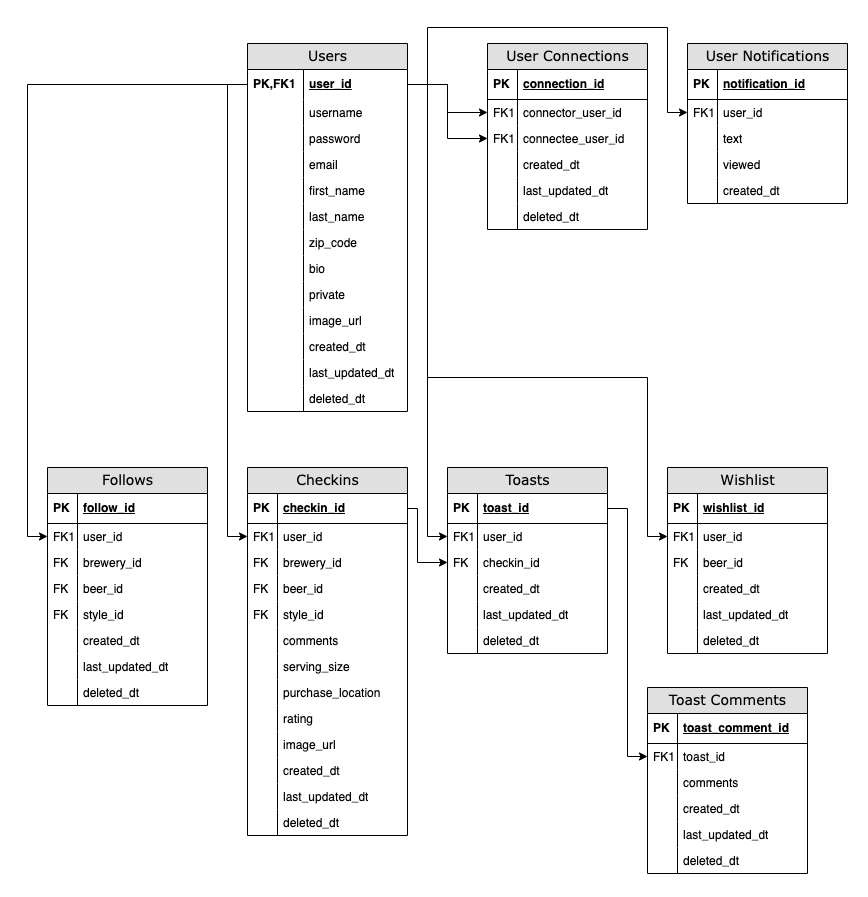
The draw.io diagram Hopps Hunter DB Schema.png in shaunwo/hopps-hunter, before a commit. Source tidied: cells renumbered, new cells last; positions are measured from the earlier drawing's top-left corner, leaving out a move shared by most shapes.
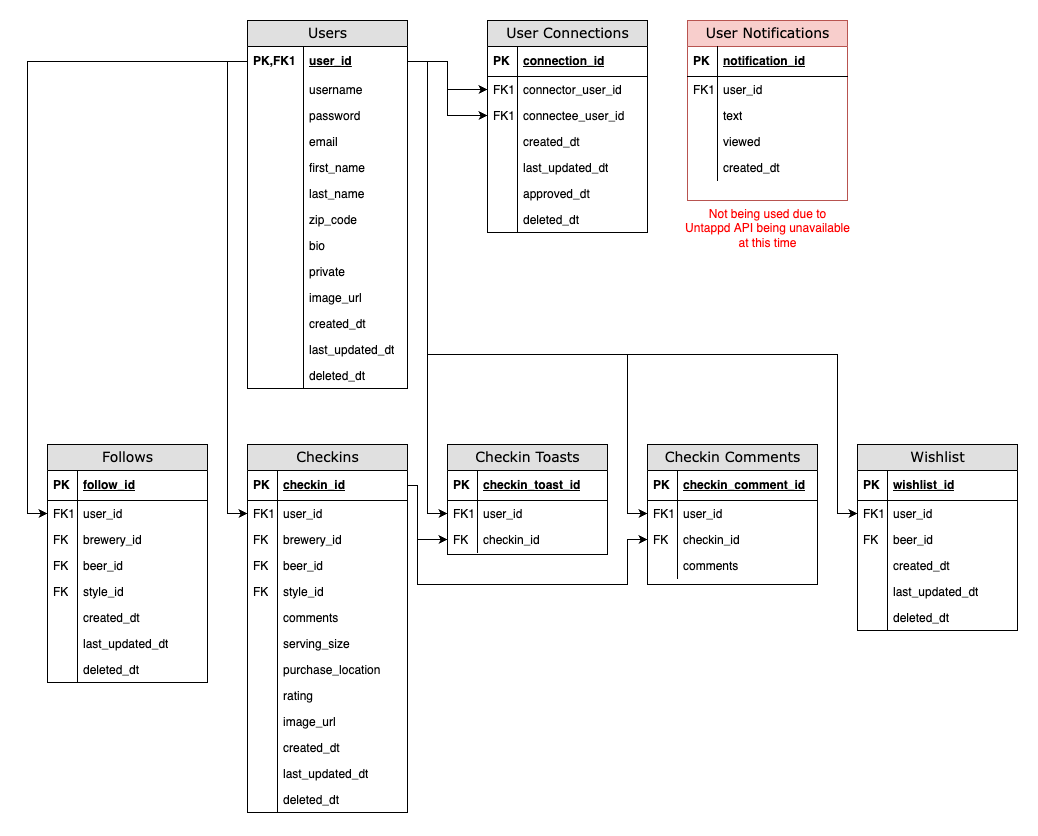
After the change.

Change to the diagram source:
```diff
@@ -216,7 +216,7 @@
       <mxGeometry width="30" height="26" as="geometry" />
     </mxCell>
     <mxCell id="73" value="Wishlist" style="swimlane;html=1;fontStyle=0;horizontal=1;startSize=26;fillColor=#e0e0e0;swimlaneFillColor=#ffffff;align=center;rounded=0;shadow=0;comic=0;labelBackgroundColor=none;strokeWidth=1;fontFamily=Verdana;fontSize=14;swimlaneLine=1;" parent="1" vertex="1">
-      <mxGeometry x="620" y="440" width="160" height="186" as="geometry" />
+      <mxGeometry x="810" y="440" width="160" height="186" as="geometry" />
     </mxCell>
     <mxCell id="74" value="wishlist_id" style="shape=partialRectangle;top=0;left=0;right=0;bottom=1;html=1;align=left;verticalAlign=middle;fillColor=none;spacingLeft=34;spacingRight=4;whiteSpace=wrap;overflow=hidden;fontStyle=5;" parent="73" vertex="1">
       <mxGeometry y="26" width="160" height="30" as="geometry" />
@@ -279,13 +279,13 @@
         <Array as="points">
           <mxPoint x="380" y="57" />
           <mxPoint x="380" y="350" />
-          <mxPoint x="600" y="350" />
-          <mxPoint x="600" y="509" />
+          <mxPoint x="790" y="350" />
+          <mxPoint x="790" y="509" />
         </Array>
       </mxGeometry>
     </mxCell>
     <mxCell id="90" value="User Connections" style="swimlane;html=1;fontStyle=0;horizontal=1;startSize=26;fillColor=#e0e0e0;swimlaneFillColor=#ffffff;align=center;rounded=0;shadow=0;comic=0;labelBackgroundColor=none;strokeWidth=1;fontFamily=Verdana;fontSize=14;swimlaneLine=1;" parent="1" vertex="1">
-      <mxGeometry x="440" y="16" width="160" height="186" as="geometry" />
+      <mxGeometry x="440" y="16" width="160" height="212" as="geometry" />
     </mxCell>
     <mxCell id="91" value="connection_id" style="shape=partialRectangle;top=0;left=0;right=0;bottom=1;html=1;align=left;verticalAlign=middle;fillColor=none;spacingLeft=34;spacingRight=4;whiteSpace=wrap;overflow=hidden;fontStyle=5;" parent="90" vertex="1">
       <mxGeometry y="26" width="160" height="30" as="geometry" />
@@ -317,8 +317,14 @@
     <mxCell id="100" style="shape=partialRectangle;top=0;left=0;bottom=0;html=1;fillColor=none;align=left;verticalAlign=top;spacingLeft=4;spacingRight=4;whiteSpace=wrap;overflow=hidden;" parent="99" vertex="1">
       <mxGeometry width="30" height="26" as="geometry" />
     </mxCell>
+    <mxCell id="145" value="approved_dt" style="shape=partialRectangle;top=0;left=0;right=0;bottom=0;html=1;align=left;verticalAlign=top;fillColor=none;spacingLeft=34;spacingRight=4;whiteSpace=wrap;overflow=hidden;" parent="90" vertex="1">
+      <mxGeometry y="160" width="160" height="26" as="geometry" />
+    </mxCell>
+    <mxCell id="146" style="shape=partialRectangle;top=0;left=0;bottom=0;html=1;fillColor=none;align=left;verticalAlign=top;spacingLeft=4;spacingRight=4;whiteSpace=wrap;overflow=hidden;" parent="145" vertex="1">
+      <mxGeometry width="30" height="26" as="geometry" />
+    </mxCell>
     <mxCell id="101" value="deleted_dt" style="shape=partialRectangle;top=0;left=0;right=0;bottom=0;html=1;align=left;verticalAlign=top;fillColor=none;spacingLeft=34;spacingRight=4;whiteSpace=wrap;overflow=hidden;" parent="90" vertex="1">
-      <mxGeometry y="160" width="160" height="26" as="geometry" />
+      <mxGeometry y="186" width="160" height="26" as="geometry" />
     </mxCell>
     <mxCell id="102" style="shape=partialRectangle;top=0;left=0;bottom=0;html=1;fillColor=none;align=left;verticalAlign=top;spacingLeft=4;spacingRight=4;whiteSpace=wrap;overflow=hidden;" parent="101" vertex="1">
       <mxGeometry width="30" height="26" as="geometry" />
@@ -329,8 +335,8 @@
     <mxCell id="104" style="edgeStyle=orthogonalEdgeStyle;rounded=0;jettySize=auto;html=1;exitX=1;exitY=0.5;exitDx=0;exitDy=0;entryX=0;entryY=0.5;entryDx=0;entryDy=0;" parent="1" edge="1" source="3" target="95">
       <mxGeometry relative="1" as="geometry" />
     </mxCell>
-    <mxCell id="105" value="User Notifications" style="swimlane;html=1;fontStyle=0;horizontal=1;startSize=26;fillColor=#e0e0e0;swimlaneFillColor=#ffffff;align=center;rounded=0;shadow=0;comic=0;labelBackgroundColor=none;strokeWidth=1;fontFamily=Verdana;fontSize=14;swimlaneLine=1;" parent="1" vertex="1">
-      <mxGeometry x="640" y="16" width="160" height="160" as="geometry" />
+    <mxCell id="105" value="User Notifications" style="swimlane;html=1;fontStyle=0;horizontal=1;startSize=26;fillColor=#f8cecc;swimlaneFillColor=#ffffff;align=center;rounded=0;shadow=0;comic=0;labelBackgroundColor=none;strokeWidth=1;fontFamily=Verdana;fontSize=14;swimlaneLine=1;strokeColor=#b85450;" parent="1" vertex="1">
+      <mxGeometry x="640" y="16" width="160" height="180" as="geometry" />
     </mxCell>
     <mxCell id="106" value="notification_id" style="shape=partialRectangle;top=0;left=0;right=0;bottom=1;html=1;align=left;verticalAlign=middle;fillColor=none;spacingLeft=34;spacingRight=4;whiteSpace=wrap;overflow=hidden;fontStyle=5;" parent="105" vertex="1">
       <mxGeometry y="26" width="160" height="30" as="geometry" />
@@ -362,20 +368,10 @@
     <mxCell id="115" style="shape=partialRectangle;top=0;left=0;bottom=0;html=1;fillColor=none;align=left;verticalAlign=top;spacingLeft=4;spacingRight=4;whiteSpace=wrap;overflow=hidden;" parent="114" vertex="1">
       <mxGeometry width="30" height="26" as="geometry" />
     </mxCell>
-    <mxCell id="116" style="edgeStyle=orthogonalEdgeStyle;rounded=0;jettySize=auto;html=1;exitX=1;exitY=0.5;exitDx=0;exitDy=0;entryX=0;entryY=0.5;entryDx=0;entryDy=0;" parent="1" edge="1" source="3" target="108">
-      <mxGeometry relative="1" as="geometry">
-        <Array as="points">
-          <mxPoint x="380" y="57" />
-          <mxPoint x="380" />
-          <mxPoint x="620" />
-          <mxPoint x="620" y="85" />
-        </Array>
-      </mxGeometry>
-    </mxCell>
-    <mxCell id="117" value="Toasts" style="swimlane;html=1;fontStyle=0;horizontal=1;startSize=26;fillColor=#e0e0e0;swimlaneFillColor=#ffffff;align=center;rounded=0;shadow=0;comic=0;labelBackgroundColor=none;strokeWidth=1;fontFamily=Verdana;fontSize=14;swimlaneLine=1;" parent="1" vertex="1">
-      <mxGeometry x="400" y="440" width="160" height="186" as="geometry" />
+    <mxCell id="117" value="Checkin Toasts" style="swimlane;html=1;fontStyle=0;horizontal=1;startSize=26;fillColor=#e0e0e0;swimlaneFillColor=#ffffff;align=center;rounded=0;shadow=0;comic=0;labelBackgroundColor=none;strokeWidth=1;fontFamily=Verdana;fontSize=14;swimlaneLine=1;" parent="1" vertex="1">
+      <mxGeometry x="400" y="440" width="160" height="110" as="geometry" />
     </mxCell>
-    <mxCell id="118" value="toast_id" style="shape=partialRectangle;top=0;left=0;right=0;bottom=1;html=1;align=left;verticalAlign=middle;fillColor=none;spacingLeft=34;spacingRight=4;whiteSpace=wrap;overflow=hidden;points=[[0,0.5],[1,0.5]];portConstraint=eastwest;fontStyle=5;" parent="117" vertex="1">
+    <mxCell id="118" value="checkin_toast_id" style="shape=partialRectangle;top=0;left=0;right=0;bottom=1;html=1;align=left;verticalAlign=middle;fillColor=none;spacingLeft=34;spacingRight=4;whiteSpace=wrap;overflow=hidden;points=[[0,0.5],[1,0.5]];portConstraint=eastwest;fontStyle=5;" parent="117" vertex="1">
       <mxGeometry y="26" width="160" height="30" as="geometry" />
     </mxCell>
     <mxCell id="119" value="&lt;b&gt;PK&lt;/b&gt;" style="shape=partialRectangle;top=0;left=0;bottom=0;html=1;fillColor=none;align=left;verticalAlign=middle;spacingLeft=4;spacingRight=4;whiteSpace=wrap;overflow=hidden;" parent="118" vertex="1">
@@ -393,24 +389,6 @@
     <mxCell id="123" value="FK" style="shape=partialRectangle;top=0;left=0;bottom=0;html=1;fillColor=none;align=left;verticalAlign=top;spacingLeft=4;spacingRight=4;whiteSpace=wrap;overflow=hidden;" parent="122" vertex="1">
       <mxGeometry width="30" height="26" as="geometry" />
     </mxCell>
-    <mxCell id="124" value="created_dt" style="shape=partialRectangle;top=0;left=0;right=0;bottom=0;html=1;align=left;verticalAlign=top;fillColor=none;spacingLeft=34;spacingRight=4;whiteSpace=wrap;overflow=hidden;" parent="117" vertex="1">
-      <mxGeometry y="108" width="160" height="26" as="geometry" />
-    </mxCell>
-    <mxCell id="125" style="shape=partialRectangle;top=0;left=0;bottom=0;html=1;fillColor=none;align=left;verticalAlign=top;spacingLeft=4;spacingRight=4;whiteSpace=wrap;overflow=hidden;" parent="124" vertex="1">
-      <mxGeometry width="30" height="26" as="geometry" />
-    </mxCell>
-    <mxCell id="126" value="last_updated_dt" style="shape=partialRectangle;top=0;left=0;right=0;bottom=0;html=1;align=left;verticalAlign=top;fillColor=none;spacingLeft=34;spacingRight=4;whiteSpace=wrap;overflow=hidden;" parent="117" vertex="1">
-      <mxGeometry y="134" width="160" height="26" as="geometry" />
-    </mxCell>
-    <mxCell id="127" style="shape=partialRectangle;top=0;left=0;bottom=0;html=1;fillColor=none;align=left;verticalAlign=top;spacingLeft=4;spacingRight=4;whiteSpace=wrap;overflow=hidden;" parent="126" vertex="1">
-      <mxGeometry width="30" height="26" as="geometry" />
-    </mxCell>
-    <mxCell id="128" value="deleted_dt" style="shape=partialRectangle;top=0;left=0;right=0;bottom=0;html=1;align=left;verticalAlign=top;fillColor=none;spacingLeft=34;spacingRight=4;whiteSpace=wrap;overflow=hidden;" parent="117" vertex="1">
-      <mxGeometry y="160" width="160" height="26" as="geometry" />
-    </mxCell>
-    <mxCell id="129" style="shape=partialRectangle;top=0;left=0;bottom=0;html=1;fillColor=none;align=left;verticalAlign=top;spacingLeft=4;spacingRight=4;whiteSpace=wrap;overflow=hidden;" parent="128" vertex="1">
-      <mxGeometry width="30" height="26" as="geometry" />
-    </mxCell>
     <mxCell id="130" style="edgeStyle=orthogonalEdgeStyle;rounded=0;jettySize=auto;html=1;exitX=1;exitY=0.5;exitDx=0;exitDy=0;entryX=0;entryY=0.5;entryDx=0;entryDy=0;" parent="1" edge="1" source="30" target="122">
       <mxGeometry relative="1" as="geometry">
         <Array as="points">
@@ -419,47 +397,55 @@
         </Array>
       </mxGeometry>
     </mxCell>
-    <mxCell id="131" value="Toast Comments" style="swimlane;html=1;fontStyle=0;horizontal=1;startSize=26;fillColor=#e0e0e0;swimlaneFillColor=#ffffff;align=center;rounded=0;shadow=0;comic=0;labelBackgroundColor=none;strokeWidth=1;fontFamily=Verdana;fontSize=14;swimlaneLine=1;" parent="1" vertex="1">
-      <mxGeometry x="600" y="660" width="160" height="186" as="geometry" />
+    <mxCell id="131" value="Checkin Comments" style="swimlane;html=1;fontStyle=0;horizontal=1;startSize=26;fillColor=#e0e0e0;swimlaneFillColor=#ffffff;align=center;rounded=0;shadow=0;comic=0;labelBackgroundColor=none;strokeWidth=1;fontFamily=Verdana;fontSize=14;swimlaneLine=1;" parent="1" vertex="1">
+      <mxGeometry x="600" y="440" width="170" height="140" as="geometry" />
     </mxCell>
-    <mxCell id="132" value="toast_comment_id" style="shape=partialRectangle;top=0;left=0;right=0;bottom=1;html=1;align=left;verticalAlign=middle;fillColor=none;spacingLeft=34;spacingRight=4;whiteSpace=wrap;overflow=hidden;fontStyle=5;" parent="131" vertex="1">
-      <mxGeometry y="26" width="160" height="30" as="geometry" />
+    <mxCell id="132" value="checkin_comment_id" style="shape=partialRectangle;top=0;left=0;right=0;bottom=1;html=1;align=left;verticalAlign=middle;fillColor=none;spacingLeft=34;spacingRight=4;whiteSpace=wrap;overflow=hidden;fontStyle=5;" parent="131" vertex="1">
+      <mxGeometry y="26" width="170" height="30" as="geometry" />
     </mxCell>
     <mxCell id="133" value="&lt;b&gt;PK&lt;/b&gt;" style="shape=partialRectangle;top=0;left=0;bottom=0;html=1;fillColor=none;align=left;verticalAlign=middle;spacingLeft=4;spacingRight=4;whiteSpace=wrap;overflow=hidden;" parent="132" vertex="1">
       <mxGeometry width="30" height="30" as="geometry" />
     </mxCell>
+    <mxCell id="138" value="user_id" style="shape=partialRectangle;top=0;left=0;right=0;bottom=0;html=1;align=left;verticalAlign=top;fillColor=none;spacingLeft=34;spacingRight=4;whiteSpace=wrap;overflow=hidden;points=[[0,0.5],[1,0.5]];portConstraint=eastwest;" parent="131" vertex="1">
+      <mxGeometry y="56" width="170" height="26" as="geometry" />
+    </mxCell>
+    <mxCell id="139" value="FK1" style="shape=partialRectangle;top=0;left=0;bottom=0;html=1;fillColor=none;align=left;verticalAlign=top;spacingLeft=4;spacingRight=4;whiteSpace=wrap;overflow=hidden;" parent="138" vertex="1">
+      <mxGeometry width="30" height="26" as="geometry" />
+    </mxCell>
-    <mxCell id="134" value="toast_id" style="shape=partialRectangle;top=0;left=0;right=0;bottom=0;html=1;align=left;verticalAlign=top;fillColor=none;spacingLeft=34;spacingRight=4;whiteSpace=wrap;overflow=hidden;points=[[0,0.5],[1,0.5]];portConstraint=eastwest;" parent="131" vertex="1">
-      <mxGeometry y="56" width="160" height="26" as="geometry" />
+    <mxCell id="134" value="checkin_id" style="shape=partialRectangle;top=0;left=0;right=0;bottom=0;html=1;align=left;verticalAlign=top;fillColor=none;spacingLeft=34;spacingRight=4;whiteSpace=wrap;overflow=hidden;points=[[0,0.5],[1,0.5]];portConstraint=eastwest;" parent="131" vertex="1">
+      <mxGeometry y="82" width="170" height="26" as="geometry" />
     </mxCell>
-    <mxCell id="135" value="FK1" style="shape=partialRectangle;top=0;left=0;bottom=0;html=1;fillColor=none;align=left;verticalAlign=top;spacingLeft=4;spacingRight=4;whiteSpace=wrap;overflow=hidden;" parent="134" vertex="1">
+    <mxCell id="135" value="FK&lt;br&gt;" style="shape=partialRectangle;top=0;left=0;bottom=0;html=1;fillColor=none;align=left;verticalAlign=top;spacingLeft=4;spacingRight=4;whiteSpace=wrap;overflow=hidden;" parent="134" vertex="1">
       <mxGeometry width="30" height="26" as="geometry" />
     </mxCell>
     <mxCell id="136" value="comments" style="shape=partialRectangle;top=0;left=0;right=0;bottom=0;html=1;align=left;verticalAlign=top;fillColor=none;spacingLeft=34;spacingRight=4;whiteSpace=wrap;overflow=hidden;" parent="131" vertex="1">
-      <mxGeometry y="82" width="160" height="26" as="geometry" />
+      <mxGeometry y="108" width="170" height="26" as="geometry" />
     </mxCell>
     <mxCell id="137" style="shape=partialRectangle;top=0;left=0;bottom=0;html=1;fillColor=none;align=left;verticalAlign=top;spacingLeft=4;spacingRight=4;whiteSpace=wrap;overflow=hidden;" parent="136" vertex="1">
       <mxGeometry width="30" height="26" as="geometry" />
     </mxCell>
-    <mxCell id="138" value="created_dt" style="shape=partialRectangle;top=0;left=0;right=0;bottom=0;html=1;align=left;verticalAlign=top;fillColor=none;spacingLeft=34;spacingRight=4;whiteSpace=wrap;overflow=hidden;points=[[0,0.5],[1,0.5]];portConstraint=eastwest;" parent="131" vertex="1">
-      <mxGeometry y="108" width="160" height="26" as="geometry" />
-    </mxCell>
-    <mxCell id="139" style="shape=partialRectangle;top=0;left=0;bottom=0;html=1;fillColor=none;align=left;verticalAlign=top;spacingLeft=4;spacingRight=4;whiteSpace=wrap;overflow=hidden;" parent="138" vertex="1">
-      <mxGeometry width="30" height="26" as="geometry" />
-    </mxCell>
-    <mxCell id="140" value="last_updated_dt" style="shape=partialRectangle;top=0;left=0;right=0;bottom=0;html=1;align=left;verticalAlign=top;fillColor=none;spacingLeft=34;spacingRight=4;whiteSpace=wrap;overflow=hidden;" parent="131" vertex="1">
-      <mxGeometry y="134" width="160" height="26" as="geometry" />
-    </mxCell>
-    <mxCell id="141" style="shape=partialRectangle;top=0;left=0;bottom=0;html=1;fillColor=none;align=left;verticalAlign=top;spacingLeft=4;spacingRight=4;whiteSpace=wrap;overflow=hidden;" parent="140" vertex="1">
-      <mxGeometry width="30" height="26" as="geometry" />
-    </mxCell>
-    <mxCell id="142" value="deleted_dt" style="shape=partialRectangle;top=0;left=0;right=0;bottom=0;html=1;align=left;verticalAlign=top;fillColor=none;spacingLeft=34;spacingRight=4;whiteSpace=wrap;overflow=hidden;" parent="131" vertex="1">
-      <mxGeometry y="160" width="160" height="26" as="geometry" />
-    </mxCell>
-    <mxCell id="143" style="shape=partialRectangle;top=0;left=0;bottom=0;html=1;fillColor=none;align=left;verticalAlign=top;spacingLeft=4;spacingRight=4;whiteSpace=wrap;overflow=hidden;" parent="142" vertex="1">
-      <mxGeometry width="30" height="26" as="geometry" />
-    </mxCell>
-    <mxCell id="144" style="edgeStyle=orthogonalEdgeStyle;rounded=0;jettySize=auto;html=1;exitX=1;exitY=0.5;exitDx=0;exitDy=0;entryX=0;entryY=0.5;entryDx=0;entryDy=0;" parent="1" edge="1" source="118" target="134">
-      <mxGeometry relative="1" as="geometry" />
-    </mxCell>
+    <mxCell id="147" value="&lt;font color=&quot;#ff0000&quot;&gt;Not being used due to&lt;br&gt;Untappd API being unavailable&lt;br&gt;at this time&lt;/font&gt;" style="text;html=1;align=center;verticalAlign=middle;fillColor=none;strokeColor=none;rounded=0;" parent="1" vertex="1">
+      <mxGeometry x="625" y="194" width="190" height="60" as="geometry" />
+    </mxCell>
+    <mxCell id="148" style="edgeStyle=orthogonalEdgeStyle;rounded=0;jettySize=auto;html=1;exitX=1;exitY=0.5;exitDx=0;exitDy=0;entryX=0;entryY=0.5;entryDx=0;entryDy=0;fontColor=#FF0000;" parent="1" edge="1" source="3" target="138">
+      <mxGeometry relative="1" as="geometry">
+        <Array as="points">
+          <mxPoint x="380" y="57" />
+          <mxPoint x="380" y="350" />
+          <mxPoint x="580" y="350" />
+          <mxPoint x="580" y="509" />
+        </Array>
+      </mxGeometry>
+    </mxCell>
+    <mxCell id="149" style="edgeStyle=orthogonalEdgeStyle;rounded=0;jettySize=auto;html=1;exitX=1;exitY=0.5;exitDx=0;exitDy=0;fontColor=#FF0000;" parent="1" edge="1" source="30" target="134">
+      <mxGeometry relative="1" as="geometry">
+        <Array as="points">
+          <mxPoint x="370" y="481" />
+          <mxPoint x="370" y="580" />
+          <mxPoint x="580" y="580" />
+          <mxPoint x="580" y="535" />
+        </Array>
+      </mxGeometry>
+    </mxCell>
   </root>
 </mxGraphModel>
```
